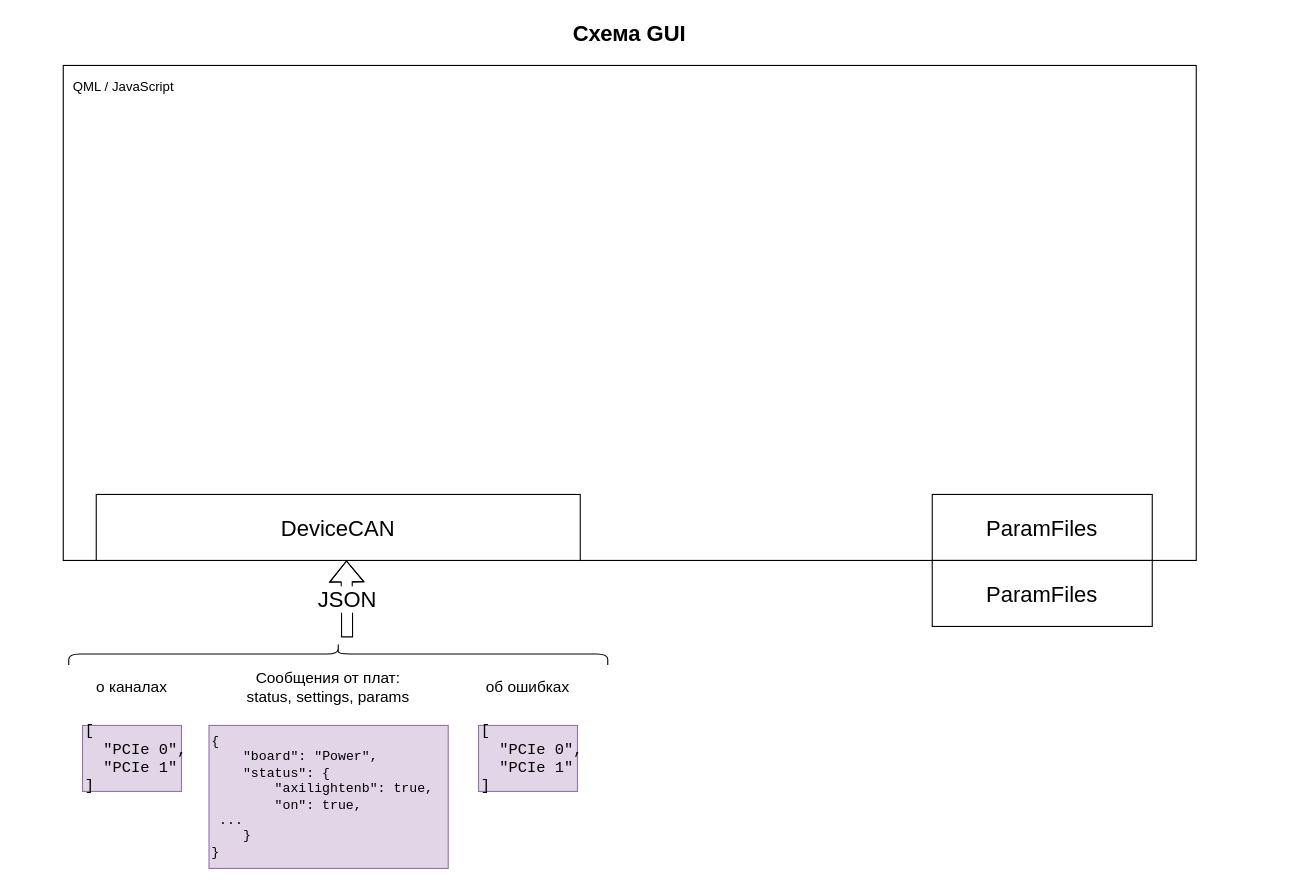
The draw.io diagram LaserSTUDIO2_GUI.drawio in ponBulat/dia, before the edit. Source tidied: cells renumbered, new cells numbered last; positions are measured from the earlier drawing's top-left corner, leaving out a move shared by most shapes. Both pictures are drawn from the tidied source at 110%, with x=0, y=0 at pixel (63, 21).
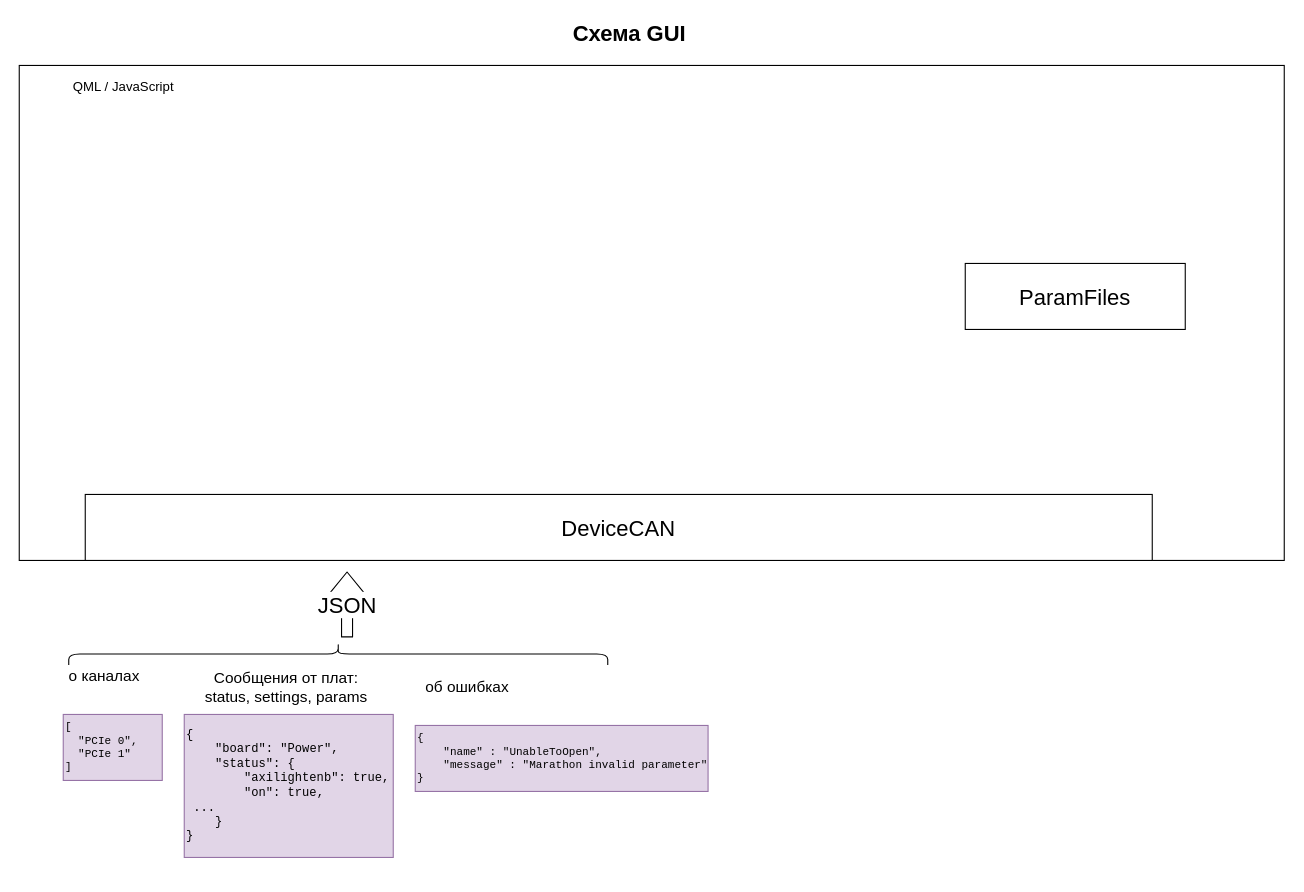
After the change.

The edit, as a diff of the source:
```diff
@@
 <mxGraphModel>
   <root>
     <mxCell id="0" />
     <mxCell id="1" parent="0" />
     <mxCell id="2" style="rounded=0;whiteSpace=wrap;html=1;" parent="1" vertex="1">
-      <mxGeometry y="40" width="1030" height="450" as="geometry" />
+      <mxGeometry x="-40" y="40" width="1150" height="450" as="geometry" />
     </mxCell>
     <mxCell id="3" value="QML / JavaScript" style="text;html=1;strokeColor=none;fillColor=none;align=center;verticalAlign=middle;whiteSpace=wrap;rounded=0;" parent="1" vertex="1">
       <mxGeometry y="50" width="110" height="20" as="geometry" />
     </mxCell>
     <mxCell id="4" value="Схема GUI" style="text;html=1;strokeColor=none;fillColor=none;align=center;verticalAlign=middle;whiteSpace=wrap;rounded=0;fontStyle=1;fontSize=20;" parent="1" vertex="1">
       <mxGeometry x="230" width="570" height="20" as="geometry" />
     </mxCell>
-    <mxCell id="5" value="JSON" style="shape=flexArrow;endArrow=classic;html=1;fontSize=20;entryX=0.25;entryY=1;entryDx=0;entryDy=0;" parent="1" edge="1" target="2">
+    <mxCell id="5" value="JSON" style="shape=flexArrow;endArrow=classic;html=1;fontSize=20;" parent="1" edge="1">
       <mxGeometry relative="1" as="geometry">
         <mxPoint x="258" y="560" as="sourcePoint" />
-        <Array as="points">
-          <mxPoint x="258" y="540" />
-        </Array>
+        <mxPoint x="258" y="500" as="targetPoint" />
       </mxGeometry>
     </mxCell>
     <mxCell id="6" value="DeviceCAN" style="rounded=0;whiteSpace=wrap;html=1;fontSize=20;" parent="1" vertex="1">
-      <mxGeometry x="30" y="430" width="440" height="60" as="geometry" />
+      <mxGeometry x="20" y="430" width="970" height="60" as="geometry" />
     </mxCell>
     <mxCell id="7" value="ParamFiles" style="rounded=0;whiteSpace=wrap;html=1;fontSize=20;" parent="1" vertex="1">
-      <mxGeometry x="790" y="430" width="200" height="60" as="geometry" />
+      <mxGeometry x="820" y="220" width="200" height="60" as="geometry" />
     </mxCell>
-    <mxCell id="8" value="ParamFiles" style="rounded=0;whiteSpace=wrap;html=1;fontSize=20;" parent="1" vertex="1">
-      <mxGeometry x="790" y="490" width="200" height="60" as="geometry" />
-    </mxCell>
-    <mxCell id="9" value="&lt;div align=&quot;left&quot;&gt;&lt;pre style=&quot;font-size: 14px&quot;&gt;&lt;font style=&quot;font-size: 14px&quot;&gt;[&lt;br&gt;&lt;/font&gt;&lt;font style=&quot;font-size: 14px&quot;&gt;&lt;span class=&quot;pl-s&quot;&gt;&lt;span class=&quot;pl-pds&quot;&gt;  &quot;&lt;/span&gt;PCIe 0&lt;span class=&quot;pl-pds&quot;&gt;&quot;&lt;/span&gt;&lt;/span&gt;,&lt;/font&gt;&lt;br&gt;&lt;font style=&quot;font-size: 14px&quot;&gt;  &lt;span class=&quot;pl-s&quot;&gt;&lt;span class=&quot;pl-pds&quot;&gt;&quot;&lt;/span&gt;PCIe 1&lt;span class=&quot;pl-pds&quot;&gt;&quot;&lt;/span&gt;&lt;/span&gt;&lt;br&gt;]&lt;/font&gt;&lt;/pre&gt;&lt;/div&gt;" style="text;html=1;strokeColor=#9673a6;fillColor=#e1d5e7;align=left;verticalAlign=middle;whiteSpace=wrap;rounded=0;fontSize=20;" parent="1" vertex="1">
-      <mxGeometry x="17.5" y="640" width="90" height="60" as="geometry" />
+    <mxCell id="9" value="&lt;div style=&quot;font-size: 10px&quot; align=&quot;left&quot;&gt;&lt;pre&gt;&lt;font style=&quot;font-size: 10px&quot;&gt;[&lt;br&gt;&lt;/font&gt;&lt;font style=&quot;font-size: 10px&quot;&gt;&lt;span class=&quot;pl-s&quot;&gt;&lt;span class=&quot;pl-pds&quot;&gt;  &quot;&lt;/span&gt;PCIe 0&lt;span class=&quot;pl-pds&quot;&gt;&quot;&lt;/span&gt;&lt;/span&gt;,&lt;/font&gt;&lt;font style=&quot;font-size: 10px&quot;&gt;&lt;br&gt;&lt;font style=&quot;font-size: 10px&quot;&gt;  &lt;span class=&quot;pl-s&quot;&gt;&lt;span class=&quot;pl-pds&quot;&gt;&quot;&lt;/span&gt;PCIe 1&lt;span class=&quot;pl-pds&quot;&gt;&quot;&lt;/span&gt;&lt;/span&gt;&lt;br&gt;]&lt;/font&gt;&lt;/font&gt;&lt;/pre&gt;&lt;/div&gt;" style="text;html=1;strokeColor=#9673a6;fillColor=#e1d5e7;align=left;verticalAlign=middle;whiteSpace=wrap;rounded=0;fontSize=20;" parent="1" vertex="1">
+      <mxGeometry y="630" width="90" height="60" as="geometry" />
     </mxCell>
     <mxCell id="10" style="shape=curlyBracket;whiteSpace=wrap;html=1;rounded=1;flipH=1;fontSize=20;rotation=-90;" parent="1" vertex="1">
       <mxGeometry x="240" y="330" width="20" height="490" as="geometry" />
     </mxCell>
-    <mxCell id="11" value="о каналах" style="text;html=1;strokeColor=none;fillColor=none;align=center;verticalAlign=middle;whiteSpace=wrap;rounded=0;fontSize=14;" parent="1" vertex="1">
-      <mxGeometry x="15" y="580" width="95" height="50" as="geometry" />
+    <mxCell id="11" value="&lt;font style=&quot;font-size: 14px&quot;&gt;о каналах&lt;/font&gt;" style="text;html=1;strokeColor=none;fillColor=none;align=center;verticalAlign=middle;whiteSpace=wrap;rounded=0;fontSize=14;" parent="1" vertex="1">
+      <mxGeometry x="-10" y="570" width="95" height="50" as="geometry" />
     </mxCell>
-    <mxCell id="12" value="&lt;pre style=&quot;font-size: 12px&quot;&gt;{&lt;br&gt;    &lt;span class=&quot;pl-s&quot;&gt;&lt;span class=&quot;pl-pds&quot;&gt;&quot;&lt;/span&gt;board&lt;span class=&quot;pl-pds&quot;&gt;&quot;&lt;/span&gt;&lt;/span&gt;: &lt;span class=&quot;pl-s&quot;&gt;&lt;span class=&quot;pl-pds&quot;&gt;&quot;&lt;/span&gt;Power&lt;span class=&quot;pl-pds&quot;&gt;&quot;&lt;/span&gt;&lt;/span&gt;,&lt;br&gt;    &lt;span class=&quot;pl-s&quot;&gt;&lt;span class=&quot;pl-pds&quot;&gt;&quot;&lt;/span&gt;status&lt;span class=&quot;pl-pds&quot;&gt;&quot;&lt;/span&gt;&lt;/span&gt;: {&lt;br&gt;        &lt;span class=&quot;pl-s&quot;&gt;&lt;span class=&quot;pl-pds&quot;&gt;&quot;&lt;/span&gt;axilightenb&lt;span class=&quot;pl-pds&quot;&gt;&quot;&lt;/span&gt;&lt;/span&gt;: &lt;span class=&quot;pl-c1&quot;&gt;true&lt;/span&gt;,&lt;br&gt;        &lt;span class=&quot;pl-s&quot;&gt;&lt;span class=&quot;pl-pds&quot;&gt;&quot;&lt;/span&gt;on&lt;span class=&quot;pl-pds&quot;&gt;&quot;&lt;/span&gt;&lt;/span&gt;: &lt;span class=&quot;pl-c1&quot;&gt;true&lt;/span&gt;,&lt;br&gt;&lt;span class=&quot;pl-c1&quot;&gt;&lt;/span&gt;&lt;span style=&quot;white-space: pre&quot;&gt; &lt;/span&gt;...&lt;br&gt;    }&lt;br&gt;}&lt;/pre&gt;" style="text;html=1;strokeColor=#9673a6;fillColor=#e1d5e7;align=left;verticalAlign=middle;whiteSpace=wrap;rounded=0;fontSize=20;" parent="1" vertex="1">
-      <mxGeometry x="132.5" y="640" width="217.5" height="130" as="geometry" />
+    <mxCell id="12" value="&lt;pre style=&quot;font-size: 11px&quot;&gt;&lt;font style=&quot;font-size: 11px&quot;&gt;{&lt;br&gt;    &lt;span class=&quot;pl-s&quot;&gt;&lt;span class=&quot;pl-pds&quot;&gt;&quot;&lt;/span&gt;board&lt;span class=&quot;pl-pds&quot;&gt;&quot;&lt;/span&gt;&lt;/span&gt;: &lt;span class=&quot;pl-s&quot;&gt;&lt;span class=&quot;pl-pds&quot;&gt;&quot;&lt;/span&gt;Power&lt;span class=&quot;pl-pds&quot;&gt;&quot;&lt;/span&gt;&lt;/span&gt;,&lt;br&gt;    &lt;span class=&quot;pl-s&quot;&gt;&lt;span class=&quot;pl-pds&quot;&gt;&quot;&lt;/span&gt;status&lt;span class=&quot;pl-pds&quot;&gt;&quot;&lt;/span&gt;&lt;/span&gt;: {&lt;br&gt;        &lt;span class=&quot;pl-s&quot;&gt;&lt;span class=&quot;pl-pds&quot;&gt;&quot;&lt;/span&gt;axilightenb&lt;span class=&quot;pl-pds&quot;&gt;&quot;&lt;/span&gt;&lt;/span&gt;: &lt;span class=&quot;pl-c1&quot;&gt;true&lt;/span&gt;,&lt;br&gt;        &lt;span class=&quot;pl-s&quot;&gt;&lt;span class=&quot;pl-pds&quot;&gt;&quot;&lt;/span&gt;on&lt;span class=&quot;pl-pds&quot;&gt;&quot;&lt;/span&gt;&lt;/span&gt;: &lt;span class=&quot;pl-c1&quot;&gt;true&lt;/span&gt;,&lt;br&gt;&lt;span class=&quot;pl-c1&quot;&gt;&lt;/span&gt;&lt;span style=&quot;white-space: pre&quot;&gt; &lt;/span&gt;...&lt;br&gt;    }&lt;br&gt;}&lt;/font&gt;&lt;/pre&gt;" style="text;html=1;strokeColor=#9673a6;fillColor=#e1d5e7;align=left;verticalAlign=middle;whiteSpace=wrap;rounded=0;fontSize=20;" parent="1" vertex="1">
+      <mxGeometry x="110" y="630" width="190" height="130" as="geometry" />
     </mxCell>
     <mxCell id="13" value="Сообщения от плат:&lt;br&gt;status, settings, params" style="text;html=1;strokeColor=none;fillColor=none;align=center;verticalAlign=middle;whiteSpace=wrap;rounded=0;fontSize=14;" parent="1" vertex="1">
-      <mxGeometry x="148.1" y="580" width="186.2" height="50" as="geometry" />
+      <mxGeometry x="110" y="580" width="186.2" height="50" as="geometry" />
     </mxCell>
-    <mxCell id="14" value="&lt;div align=&quot;left&quot;&gt;&lt;pre style=&quot;font-size: 14px&quot;&gt;&lt;font style=&quot;font-size: 14px&quot;&gt;[&lt;br&gt;&lt;/font&gt;&lt;font style=&quot;font-size: 14px&quot;&gt;&lt;span class=&quot;pl-s&quot;&gt;&lt;span class=&quot;pl-pds&quot;&gt;  &quot;&lt;/span&gt;PCIe 0&lt;span class=&quot;pl-pds&quot;&gt;&quot;&lt;/span&gt;&lt;/span&gt;,&lt;/font&gt;&lt;br&gt;&lt;font style=&quot;font-size: 14px&quot;&gt;  &lt;span class=&quot;pl-s&quot;&gt;&lt;span class=&quot;pl-pds&quot;&gt;&quot;&lt;/span&gt;PCIe 1&lt;span class=&quot;pl-pds&quot;&gt;&quot;&lt;/span&gt;&lt;/span&gt;&lt;br&gt;]&lt;/font&gt;&lt;/pre&gt;&lt;/div&gt;" style="text;html=1;strokeColor=#9673a6;fillColor=#e1d5e7;align=left;verticalAlign=middle;whiteSpace=wrap;rounded=0;fontSize=20;" parent="1" vertex="1">
-      <mxGeometry x="377.5" y="640" width="90" height="60" as="geometry" />
+    <mxCell id="14" value="&lt;div style=&quot;font-size: 10px&quot; align=&quot;left&quot;&gt;&lt;pre&gt;&lt;font style=&quot;font-size: 10px&quot;&gt;{&lt;br&gt;    &lt;span class=&quot;pl-s&quot;&gt;&lt;span class=&quot;pl-pds&quot;&gt;&quot;&lt;/span&gt;name&lt;span class=&quot;pl-pds&quot;&gt;&quot;&lt;/span&gt;&lt;/span&gt; : &lt;span class=&quot;pl-s&quot;&gt;&lt;span class=&quot;pl-pds&quot;&gt;&quot;&lt;/span&gt;UnableToOpen&lt;span class=&quot;pl-pds&quot;&gt;&quot;&lt;/span&gt;&lt;/span&gt;,&lt;br&gt;    &lt;span class=&quot;pl-s&quot;&gt;&lt;span class=&quot;pl-pds&quot;&gt;&quot;&lt;/span&gt;message&lt;span class=&quot;pl-pds&quot;&gt;&quot;&lt;/span&gt;&lt;/span&gt; : &lt;span class=&quot;pl-s&quot;&gt;&lt;span class=&quot;pl-pds&quot;&gt;&quot;&lt;/span&gt;Marathon invalid parameter&lt;span class=&quot;pl-pds&quot;&gt;&quot;&lt;/span&gt;&lt;/span&gt;    &lt;br&gt;}&lt;/font&gt;&lt;/pre&gt;&lt;/div&gt;" style="text;html=1;strokeColor=#9673a6;fillColor=#e1d5e7;align=left;verticalAlign=middle;whiteSpace=wrap;rounded=0;fontSize=20;" parent="1" vertex="1">
+      <mxGeometry x="320" y="640" width="266.2" height="60" as="geometry" />
     </mxCell>
     <mxCell id="15" value="об ошибках" style="text;html=1;strokeColor=none;fillColor=none;align=center;verticalAlign=middle;whiteSpace=wrap;rounded=0;fontSize=14;" parent="1" vertex="1">
-      <mxGeometry x="375" y="580" width="95" height="50" as="geometry" />
+      <mxGeometry x="320" y="580" width="95" height="50" as="geometry" />
     </mxCell>
   </root>
 </mxGraphModel>
```
